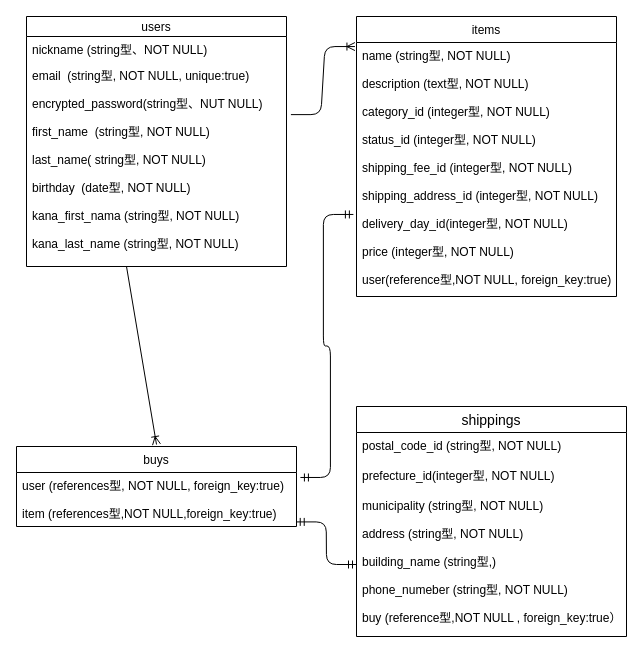
Above: furima.dio in toiro1016/furima-36108 (draw.io), before the change. Source tidied: cells renumbered, new cells numbered last; positions are measured from the earlier drawing's top-left corner, leaving out a move shared by most shapes. Both pictures are drawn from the tidied source at 100%, with x=0, y=0 at pixel (16, 16).
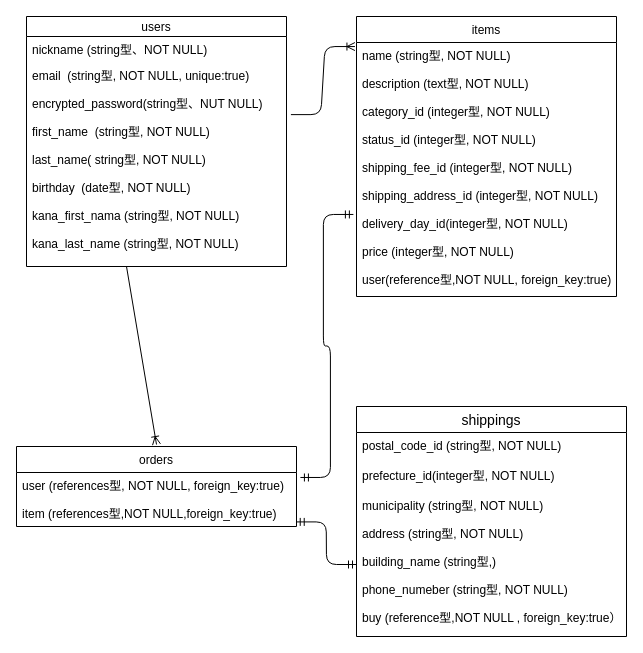
The same page after the edit.

The edit, as a diff of the source:
```diff
@@
 <mxGraphModel>
   <root>
     <mxCell id="0" />
     <mxCell id="1" parent="0" />
     <mxCell id="2" value="users" style="swimlane;fontStyle=0;horizontal=1;startSize=20;" parent="1" vertex="1">
       <mxGeometry x="10" width="260" height="250" as="geometry" />
     </mxCell>
     <mxCell id="3" value="nickname (string型、NOT NULL)&#10;&#10;&#10;&#10;" style="text;strokeColor=none;fillColor=none;align=left;verticalAlign=top;spacingLeft=4;spacingRight=4;overflow=hidden;" parent="2" vertex="1">
       <mxGeometry y="20" width="260" height="26" as="geometry" />
     </mxCell>
     <mxCell id="4" value="email  (string型, NOT NULL, unique:true)&#10;" style="text;strokeColor=none;fillColor=none;align=left;verticalAlign=top;spacingLeft=4;spacingRight=4;overflow=hidden;" parent="2" vertex="1">
       <mxGeometry y="46" width="260" height="28" as="geometry" />
     </mxCell>
     <mxCell id="5" value="encrypted_password(string型、NUT NULL)&#10;&#10;first_name  (string型, NOT NULL)&#10;&#10;last_name( string型, NOT NULL)&#10;&#10;birthday  (date型, NOT NULL)&#10;&#10;kana_first_nama (string型, NOT NULL)&#10;&#10;kana_last_name (string型, NOT NULL)&#10;&#10;" style="text;strokeColor=none;fillColor=none;align=left;verticalAlign=top;spacingLeft=4;spacingRight=4;overflow=hidden;points=[[0,0.5],[1,0.5]];portConstraint=eastwest;" parent="2" vertex="1">
       <mxGeometry y="74" width="260" height="176" as="geometry" />
     </mxCell>
     <mxCell id="6" value="items" style="swimlane;fontStyle=0;horizontal=1;startSize=26;" parent="1" vertex="1">
       <mxGeometry x="340" width="260" height="280" as="geometry" />
     </mxCell>
     <mxCell id="7" value="name (string型, NOT NULL)&#10;&#10;description (text型, NOT NULL)&#10;&#10;category_id (integer型, NOT NULL)&#10;&#10;status_id (integer型, NOT NULL)&#10;&#10;shipping_fee_id (integer型, NOT NULL)&#10;&#10;shipping_address_id (integer型, NOT NULL)&#10;&#10;delivery_day_id(integer型, NOT NULL)&#10;&#10;price (integer型, NOT NULL)&#10;&#10;user(reference型,NOT NULL, foreign_key:true)&#10;" style="text;strokeColor=none;fillColor=none;align=left;verticalAlign=top;spacingLeft=4;spacingRight=4;overflow=hidden;points=[[0,0.5],[1,0.5]];portConstraint=eastwest;" parent="6" vertex="1">
       <mxGeometry y="26" width="260" height="254" as="geometry" />
     </mxCell>
-    <mxCell id="8" value="buys" style="swimlane;fontStyle=0;horizontal=1;startSize=26;" parent="1" vertex="1">
+    <mxCell id="8" value="orders" style="swimlane;fontStyle=0;horizontal=1;startSize=26;" parent="1" vertex="1">
       <mxGeometry y="430" width="280" height="80" as="geometry" />
     </mxCell>
     <mxCell id="9" value="user (references型, NOT NULL, foreign_key:true)&#10;&#10;item (references型,NOT NULL,foreign_key:true)" style="text;strokeColor=none;fillColor=none;align=left;verticalAlign=top;spacingLeft=4;spacingRight=4;overflow=hidden;points=[[0,0.5],[1,0.5]];portConstraint=eastwest;" parent="8" vertex="1">
       <mxGeometry y="26" width="280" height="54" as="geometry" />
     </mxCell>
     <mxCell id="10" value="shippings" style="swimlane;fontStyle=0;horizontal=1;startSize=26;align=center;fontSize=14;" parent="1" vertex="1">
       <mxGeometry x="340" y="390" width="270" height="230" as="geometry" />
     </mxCell>
     <mxCell id="11" value="postal_code_id (string型, NOT NULL)&#10;&#10;" style="text;strokeColor=none;fillColor=none;spacingLeft=4;spacingRight=4;overflow=hidden;fontSize=12;" parent="10" vertex="1">
       <mxGeometry y="26" width="270" height="30" as="geometry" />
     </mxCell>
     <mxCell id="12" value="prefecture_id(integer型, NOT NULL)" style="text;strokeColor=none;fillColor=none;spacingLeft=4;spacingRight=4;overflow=hidden;fontSize=12;" parent="10" vertex="1">
       <mxGeometry y="56" width="270" height="30" as="geometry" />
     </mxCell>
     <mxCell id="13" value="municipality (string型, NOT NULL)&#10;&#10;address (string型, NOT NULL)&#10;&#10;building_name (string型,)&#10;&#10;phone_numeber (string型, NOT NULL)&#10;&#10;buy (reference型,NOT NULL , foreign_key:true）" style="text;strokeColor=none;fillColor=none;spacingLeft=4;spacingRight=4;overflow=hidden;points=[[0,0.5],[1,0.5]];portConstraint=eastwest;fontSize=12;" parent="10" vertex="1">
       <mxGeometry y="86" width="270" height="144" as="geometry" />
     </mxCell>
     <mxCell id="14" style="edgeStyle=entityRelationEdgeStyle;fontSize=12;html=1;endArrow=ERmandOne;startArrow=ERmandOne;exitX=1.014;exitY=0.092;exitDx=0;exitDy=0;exitPerimeter=0;entryX=-0.012;entryY=0.677;entryDx=0;entryDy=0;entryPerimeter=0;" parent="1" edge="1" source="9" target="7">
       <mxGeometry relative="1" as="geometry" />
     </mxCell>
     <mxCell id="15" style="edgeStyle=entityRelationEdgeStyle;fontSize=12;html=1;endArrow=ERoneToMany;entryX=-0.006;entryY=0.016;entryDx=0;entryDy=0;entryPerimeter=0;exitX=1.017;exitY=0.137;exitDx=0;exitDy=0;exitPerimeter=0;" parent="1" edge="1" source="5" target="7">
       <mxGeometry relative="1" as="geometry" />
     </mxCell>
     <mxCell id="16" style="edgeStyle=entityRelationEdgeStyle;fontSize=12;html=1;endArrow=ERmandOne;startArrow=ERmandOne;exitX=0.999;exitY=0.915;exitDx=0;exitDy=0;exitPerimeter=0;" parent="1" edge="1" source="9" target="13">
       <mxGeometry relative="1" as="geometry" />
     </mxCell>
     <mxCell id="17" style="fontSize=12;html=1;endArrow=ERoneToMany;" parent="1" edge="1">
       <mxGeometry relative="1" as="geometry">
         <mxPoint x="110" y="250" as="sourcePoint" />
         <mxPoint x="140" y="428" as="targetPoint" />
       </mxGeometry>
     </mxCell>
   </root>
 </mxGraphModel>
```
